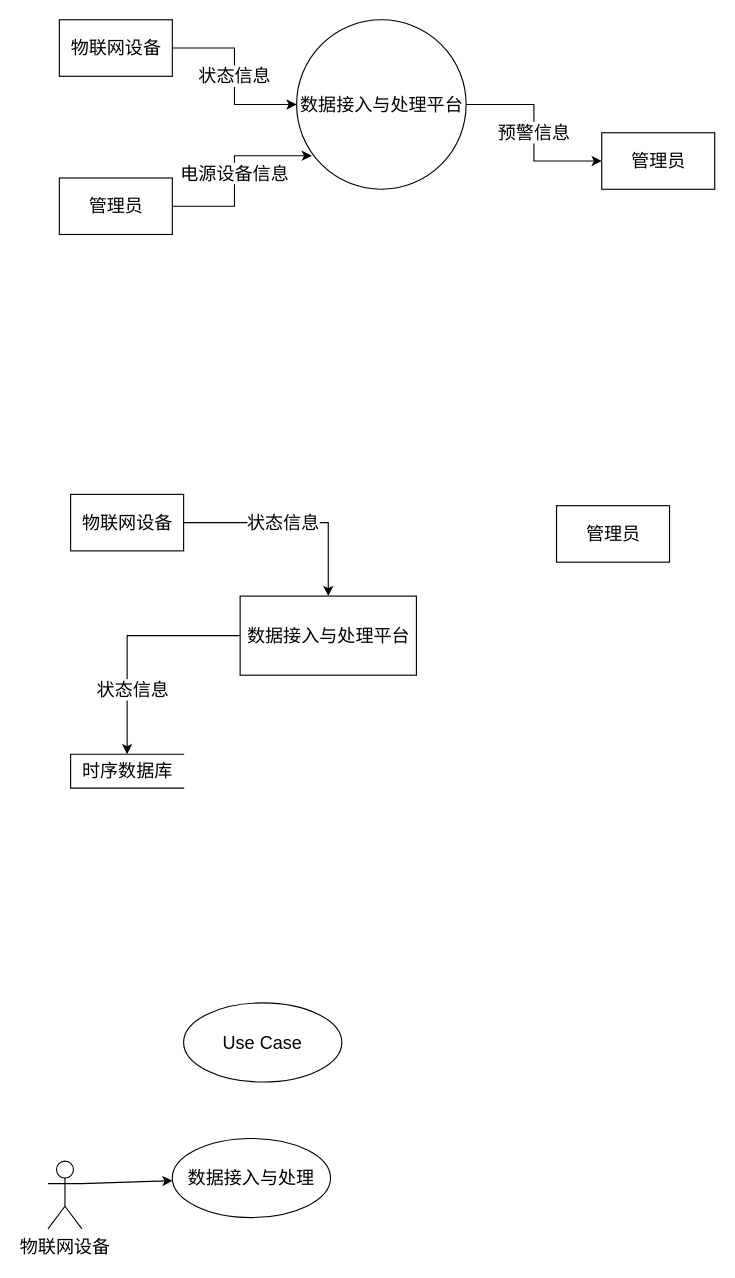
Before: 3.1 数据流图.drawio in zhaoning999/notes, a draw.io diagram. Source tidied: cells renumbered, new cells numbered last; positions are measured from the earlier drawing's top-left corner, leaving out a move shared by most shapes. Both pictures are drawn from the tidied source at 113%, with x=0, y=0 at pixel (47, 19).
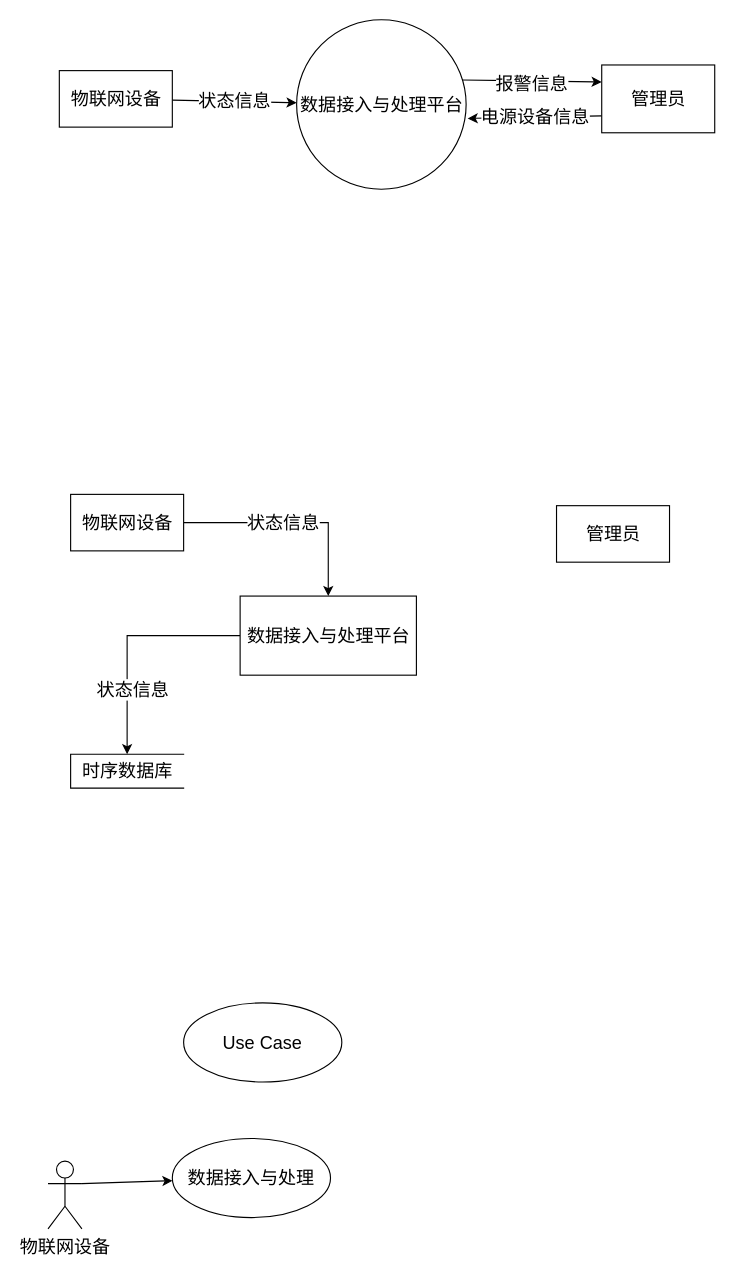
The same page after the edit.

Commit message:
更新3.1 数据流图.drawio

Unchanged cells that the change refers to:
```xml
<mxCell id="5" value="数据接入与处理平台" style="shape=ellipse;html=1;dashed=0;whitespace=wrap;perimeter=ellipsePerimeter;fontSize=16;" parent="1" vertex="1">
  <mxGeometry x="220" width="150" height="150" as="geometry" />
</mxCell>
```

What changed in the source:
```diff
@@
-    <mxCell id="2" value="状态信息" style="edgeStyle=orthogonalEdgeStyle;rounded=0;jettySize=auto;html=1;fontSize=16;" parent="1" edge="1" source="3" target="5">
+    <mxCell id="2" value="状态信息" style="rounded=0;jettySize=auto;html=1;fontSize=16;" parent="1" edge="1" source="3" target="5">
       <mxGeometry relative="1" as="geometry" />
     </mxCell>
     <mxCell id="3" value="物联网设备" style="html=1;dashed=0;whitespace=wrap;fontSize=16;" parent="1" vertex="1">
-      <mxGeometry x="10" width="100" height="50" as="geometry" />
+      <mxGeometry x="10" y="45" width="100" height="50" as="geometry" />
     </mxCell>
-    <mxCell id="4" value="预警信息" style="edgeStyle=orthogonalEdgeStyle;rounded=0;jettySize=auto;html=1;exitX=1;exitY=0.5;exitDx=0;exitDy=0;entryX=0;entryY=0.5;entryDx=0;entryDy=0;fontSize=16;" parent="1" edge="1" source="5" target="8">
-      <mxGeometry relative="1" as="geometry" />
+    <mxCell id="4" value="报警信息" style="rounded=0;jettySize=auto;html=1;exitX=0.976;exitY=0.355;exitDx=0;exitDy=0;entryX=0;entryY=0.25;entryDx=0;entryDy=0;fontSize=16;exitPerimeter=0;" parent="1" edge="1" source="5" target="8">
+      <mxGeometry x="0.01" y="-3" relative="1" as="geometry" />
     </mxCell>
@@
-    <mxCell id="6" value="电源设备信息" style="edgeStyle=orthogonalEdgeStyle;rounded=0;jettySize=auto;html=1;exitX=1;exitY=0.5;exitDx=0;exitDy=0;entryX=0.09;entryY=0.802;entryDx=0;entryDy=0;entryPerimeter=0;fontSize=16;" parent="1" edge="1" source="7" target="5">
+    <mxCell id="6" value="电源设备信息" style="rounded=0;jettySize=auto;html=1;exitX=0;exitY=0.75;exitDx=0;exitDy=0;fontSize=16;entryX=1.009;entryY=0.582;entryDx=0;entryDy=0;entryPerimeter=0;" parent="1" edge="1" source="8" target="5">
       <mxGeometry relative="1" as="geometry" />
     </mxCell>
-    <mxCell id="7" value="管理员" style="html=1;dashed=0;whitespace=wrap;fontSize=16;" parent="1" vertex="1">
-      <mxGeometry x="10" y="140" width="100" height="50" as="geometry" />
-    </mxCell>
     <mxCell id="8" value="管理员" style="html=1;dashed=0;whitespace=wrap;fontSize=16;" parent="1" vertex="1">
-      <mxGeometry x="490" y="100" width="100" height="50" as="geometry" />
+      <mxGeometry x="490" y="40" width="100" height="60" as="geometry" />
     </mxCell>
```
